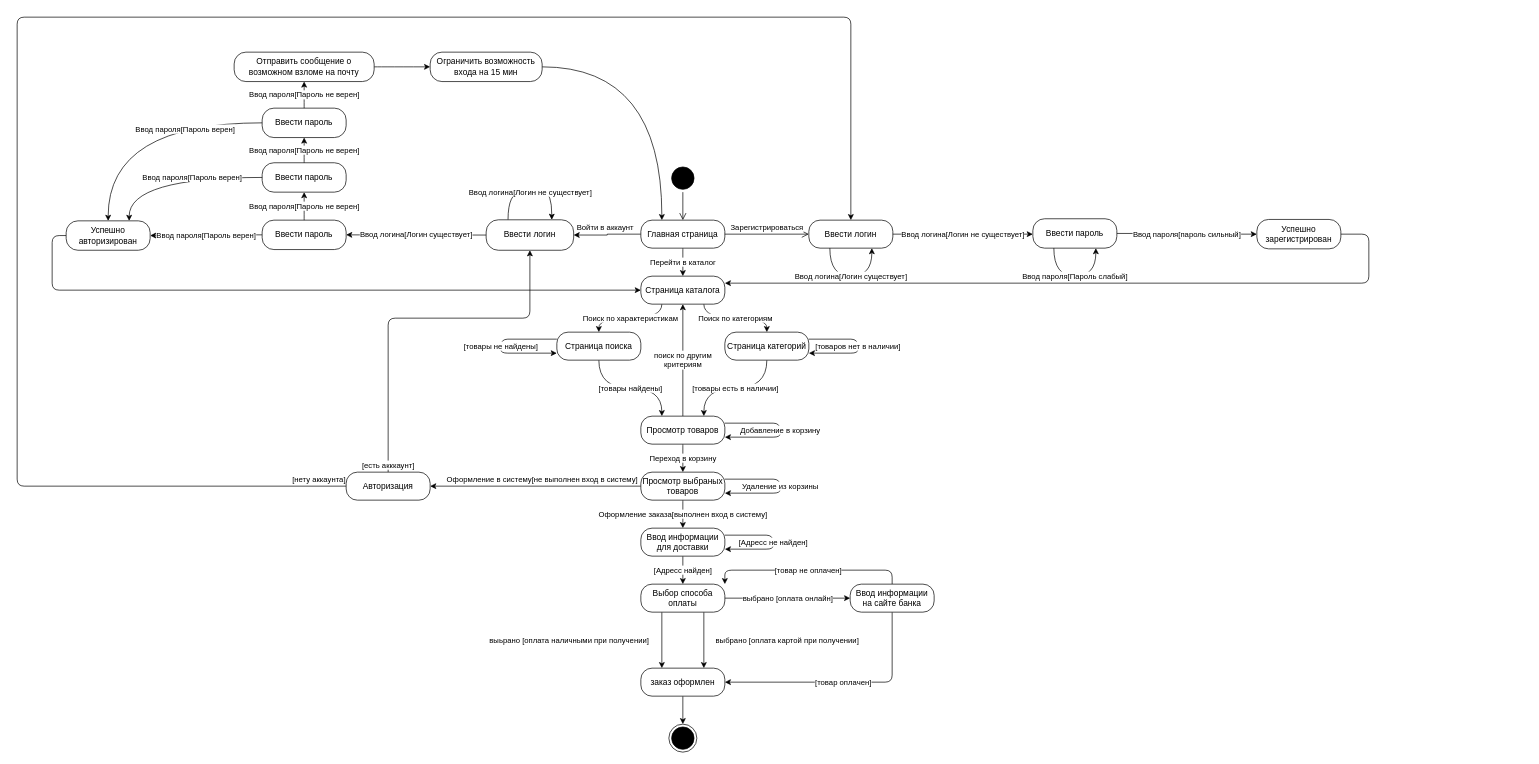
Above: automat.drawio in randomunrandom/MSS (draw.io), before the change. Source tidied: cells renumbered, new cells numbered last; positions are measured from the earlier drawing's top-left corner, leaving out a move shared by most shapes. Both pictures are drawn from the tidied source at 70%, with x=0, y=0 at pixel (17, 17).
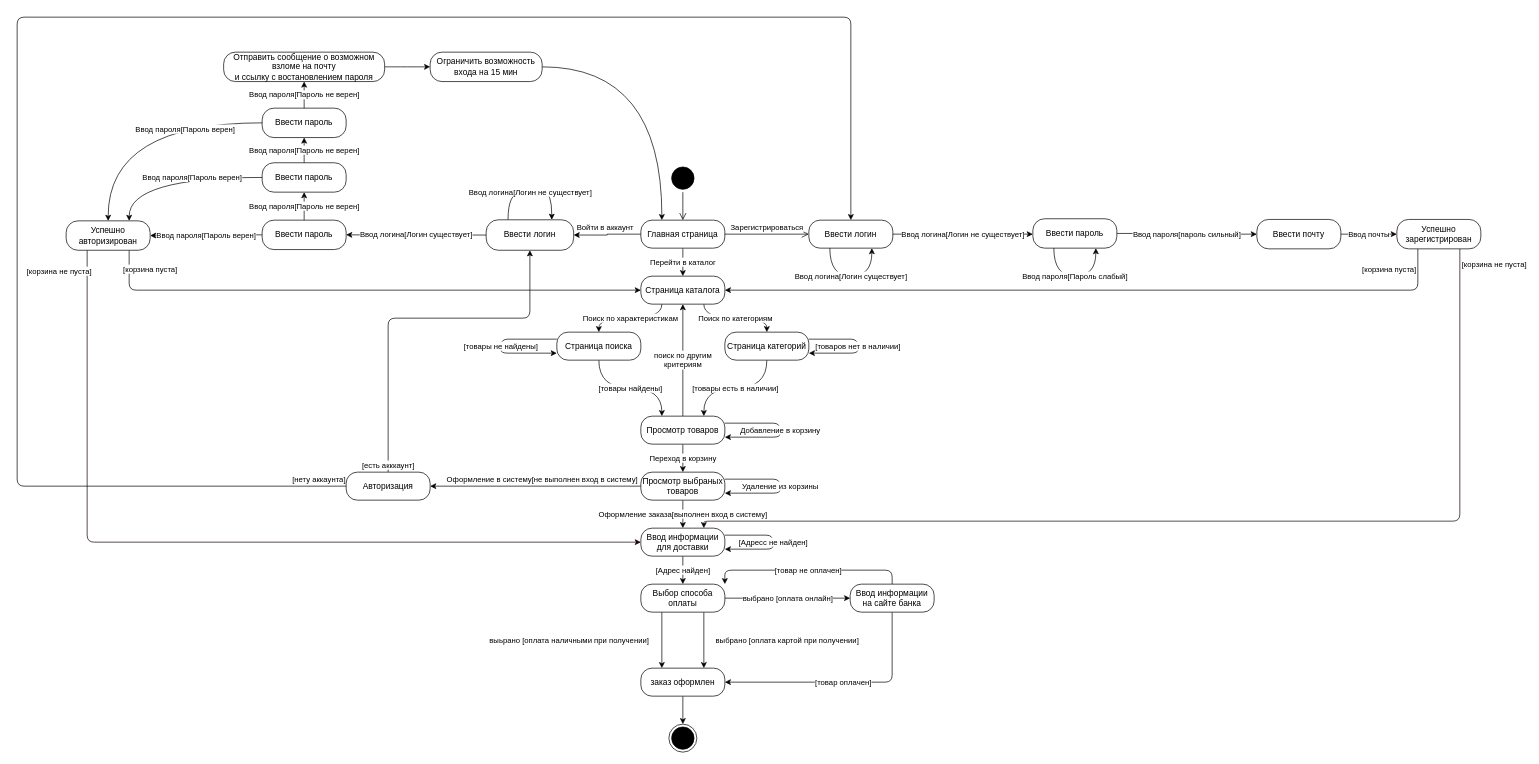
The same diagram, later.

Unchanged cells that the change refers to:
```xml
<mxCell id="14" value="Успешно авторизирован" style="rounded=1;whiteSpace=wrap;html=1;arcSize=40;" parent="1" vertex="1">
  <mxGeometry x="70" y="291" width="120" height="42" as="geometry" />
</mxCell>
<mxCell id="36" value="Страница каталога" style="rounded=1;whiteSpace=wrap;html=1;arcSize=40;" parent="1" vertex="1">
  <mxGeometry x="891" y="370" width="120" height="40" as="geometry" />
</mxCell>
<mxCell id="51" value="Ввод информации для доставки" style="rounded=1;whiteSpace=wrap;html=1;arcSize=40;" parent="1" vertex="1">
  <mxGeometry x="891" y="730" width="120" height="40" as="geometry" />
</mxCell>
<mxCell id="55" value="Выбор способа оплаты" style="rounded=1;whiteSpace=wrap;html=1;arcSize=40;" parent="1" vertex="1">
  <mxGeometry x="891" y="810" width="120" height="40" as="geometry" />
</mxCell>
```

Change to the diagram source:
```diff
@@
-    <mxCell id="13" style="edgeStyle=orthogonalEdgeStyle;jettySize=auto;html=1;exitX=0;exitY=0.5;exitDx=0;exitDy=0;entryX=0;entryY=0.5;entryDx=0;entryDy=0;rounded=1;" parent="1" edge="1" source="14" target="36">
-      <mxGeometry relative="1" as="geometry" />
+    <mxCell id="13" value="[корзина пуста]" style="edgeStyle=orthogonalEdgeStyle;jettySize=auto;html=1;exitX=0.75;exitY=1;exitDx=0;exitDy=0;entryX=0;entryY=0.5;entryDx=0;entryDy=0;rounded=1;" parent="1" edge="1" source="14" target="36">
+      <mxGeometry x="-0.78" y="30" relative="1" as="geometry" />
     </mxCell>
+    <mxCell id="67" value="[корзина не пуста]" style="edgeStyle=orthogonalEdgeStyle;rounded=1;jettySize=auto;html=1;exitX=0.25;exitY=1;exitDx=0;exitDy=0;strokeColor=#120000;entryX=0;entryY=0.5;entryDx=0;entryDy=0;" parent="1" edge="1" source="14" target="51">
+      <mxGeometry x="-0.95" y="-40" relative="1" as="geometry" />
+    </mxCell>
@@
-    <mxCell id="20" style="edgeStyle=orthogonalEdgeStyle;jettySize=auto;html=1;exitX=1;exitY=0.5;exitDx=0;exitDy=0;entryX=1;entryY=0.25;entryDx=0;entryDy=0;rounded=1;" parent="1" edge="1" source="21" target="36">
-      <mxGeometry relative="1" as="geometry">
+    <mxCell id="20" value="[корзина пуста]" style="edgeStyle=orthogonalEdgeStyle;jettySize=auto;html=1;entryX=1;entryY=0.5;entryDx=0;entryDy=0;rounded=1;exitX=0.25;exitY=1;exitDx=0;exitDy=0;" parent="1" edge="1" source="70" target="36">
+      <mxGeometry x="-0.81" y="-30" relative="1" as="geometry">
         <Array as="points">
-          <mxPoint x="1931" y="310" />
-          <mxPoint x="1931" y="380" />
+          <mxPoint x="2001" y="390" />
         </Array>
       </mxGeometry>
     </mxCell>
+    <mxCell id="68" value="[корзина не пуста]" style="edgeStyle=orthogonalEdgeStyle;rounded=1;jettySize=auto;html=1;entryX=0.75;entryY=0;entryDx=0;entryDy=0;strokeColor=#120000;exitX=0.75;exitY=1;exitDx=0;exitDy=0;" parent="1" edge="1" source="70" target="51">
+      <mxGeometry x="-0.97" y="49" relative="1" as="geometry">
+        <Array as="points">
+          <mxPoint x="2061" y="720" />
+          <mxPoint x="981" y="720" />
+        </Array>
+      </mxGeometry>
+    </mxCell>
+    <mxCell id="69" value="Ввод почты" style="edgeStyle=orthogonalEdgeStyle;rounded=1;jettySize=auto;html=1;strokeColor=#120000;" parent="1" edge="1" source="21" target="70">
+      <mxGeometry relative="1" as="geometry" />
+    </mxCell>
-    <mxCell id="21" value="Успешно зарегистрирован" style="rounded=1;whiteSpace=wrap;html=1;arcSize=40;" parent="1" vertex="1">
+    <mxCell id="21" value="Ввести почту" style="rounded=1;whiteSpace=wrap;html=1;arcSize=40;" parent="1" vertex="1">
       <mxGeometry x="1771" y="289" width="120" height="42" as="geometry" />
     </mxCell>
+    <mxCell id="70" value="Успешно зарегистрирован" style="rounded=1;whiteSpace=wrap;html=1;arcSize=40;" parent="1" vertex="1">
+      <mxGeometry x="1971" y="289" width="120" height="42" as="geometry" />
+    </mxCell>
@@
-    <mxCell id="28" value="Отправить сообщение о возможном взломе на почту" style="rounded=1;whiteSpace=wrap;html=1;arcSize=40;" parent="1" vertex="1">
-      <mxGeometry x="310" y="50" width="200" height="42" as="geometry" />
+    <mxCell id="28" value="&lt;div&gt;Отправить сообщение о возможном взломе на почту&lt;/div&gt;и ссылку с востановлением пароля" style="rounded=1;whiteSpace=wrap;html=1;arcSize=40;" parent="1" vertex="1">
+      <mxGeometry x="295" y="50" width="230" height="42" as="geometry" />
     </mxCell>
@@
-    <mxCell id="50" value="[Адресс найден]" style="edgeStyle=orthogonalEdgeStyle;rounded=1;jettySize=auto;html=1;" parent="1" edge="1" source="51" target="55">
+    <mxCell id="50" value="[Адрес найден]" style="edgeStyle=orthogonalEdgeStyle;rounded=1;jettySize=auto;html=1;" parent="1" edge="1" source="51" target="55">
       <mxGeometry relative="1" as="geometry" />
     </mxCell>
```
